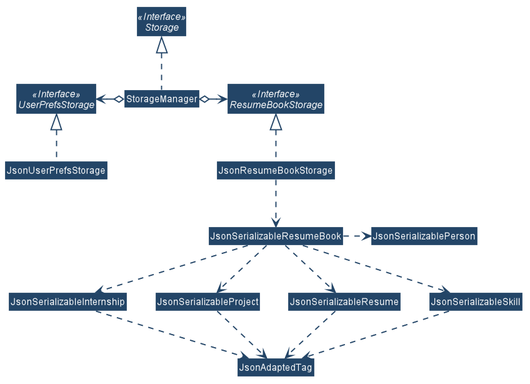
wardetu/main keeps this PlantUML diagram as docs/images/StorageClassDiagram.png. Above is the earlier version. The source it was exported from:
```plantuml
@startuml








skinparam BackgroundColor #DDDDDDD

skinparam Shadowing false

skinparam Class {
    FontColor #FFFFFF
    BorderThickness 1
    BorderColor #FFFFFF
    StereotypeFontColor #FFFFFF
    FontName Arial
}

skinparam Actor {
    BorderColor #000000
    Color #000000
    FontName Arial
}

skinparam Sequence {
    MessageAlign center
    BoxFontSize 15
    BoxPadding 0
    BoxFontColor #FFFFFF
    FontName Arial
}

skinparam Participant {
    FontColor #FFFFFFF
    Padding 20
}

skinparam MinClassWidth 50
skinparam ParticipantPadding 10
skinparam Shadowing false
skinparam DefaultTextAlignment center
skinparam packageStyle Rectangle

hide footbox
hide members
hide circle
skinparam arrowThickness 1.5
skinparam arrowColor #234567
skinparam classBackgroundColor #234567

Interface Storage <<Interface>>
Interface UserPrefsStorage <<Interface>>
Interface ResumeBookStorage <<Interface>>

Class StorageManager
Class JsonUserPrefsStorage
Class JsonResumeBookStorage

StorageManager .up.|> Storage
StorageManager o-left-> UserPrefsStorage
StorageManager o-> ResumeBookStorage

JsonUserPrefsStorage .up.|> UserPrefsStorage
JsonResumeBookStorage .up.|> ResumeBookStorage
JsonResumeBookStorage .down.> JsonSerializableResumeBook

JsonSerializableResumeBook .right.> JsonSerializablePerson
JsonSerializableResumeBook .down.> JsonSerializableInternship
JsonSerializableResumeBook .down.> JsonSerializableProject
JsonSerializableResumeBook .down.> JsonSerializableResume
JsonSerializableResumeBook .down.> JsonSerializableSkill

JsonSerializableInternship .down.> JsonAdaptedTag
JsonSerializableProject .down.> JsonAdaptedTag
JsonSerializableResume .down.> JsonAdaptedTag
JsonSerializableSkill .down.> JsonAdaptedTag

@enduml
```
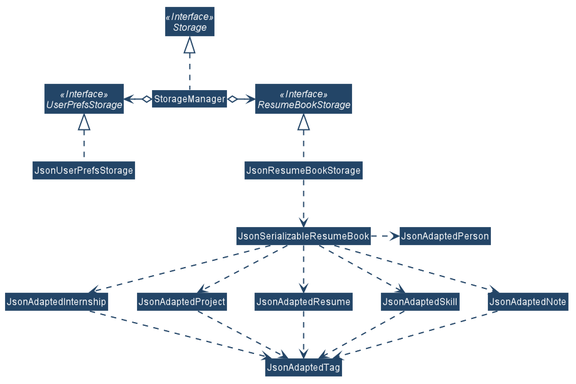
Later version of the same file.

What changed in the source:
```diff
@@ -1,4 +1,5 @@
 @startuml
+
 
 
 
@@ -67,15 +68,17 @@
 JsonResumeBookStorage .up.|> ResumeBookStorage
 JsonResumeBookStorage .down.> JsonSerializableResumeBook
 
-JsonSerializableResumeBook .right.> JsonSerializablePerson
-JsonSerializableResumeBook .down.> JsonSerializableInternship
-JsonSerializableResumeBook .down.> JsonSerializableProject
-JsonSerializableResumeBook .down.> JsonSerializableResume
-JsonSerializableResumeBook .down.> JsonSerializableSkill
+JsonSerializableResumeBook .right.> JsonAdaptedPerson
+JsonSerializableResumeBook .down.> JsonAdaptedInternship
+JsonSerializableResumeBook .down.> JsonAdaptedProject
+JsonSerializableResumeBook .down.> JsonAdaptedResume
+JsonSerializableResumeBook .down.> JsonAdaptedSkill
+JsonSerializableResumeBook .down.> JsonAdaptedNote
 
-JsonSerializableInternship .down.> JsonAdaptedTag
-JsonSerializableProject .down.> JsonAdaptedTag
-JsonSerializableResume .down.> JsonAdaptedTag
-JsonSerializableSkill .down.> JsonAdaptedTag
+JsonAdaptedInternship .down.> JsonAdaptedTag
+JsonAdaptedProject .down.> JsonAdaptedTag
+JsonAdaptedResume .down.> JsonAdaptedTag
+JsonAdaptedSkill .down.> JsonAdaptedTag
+JsonAdaptedNote .down.> JsonAdaptedTag
 
 @enduml
```
